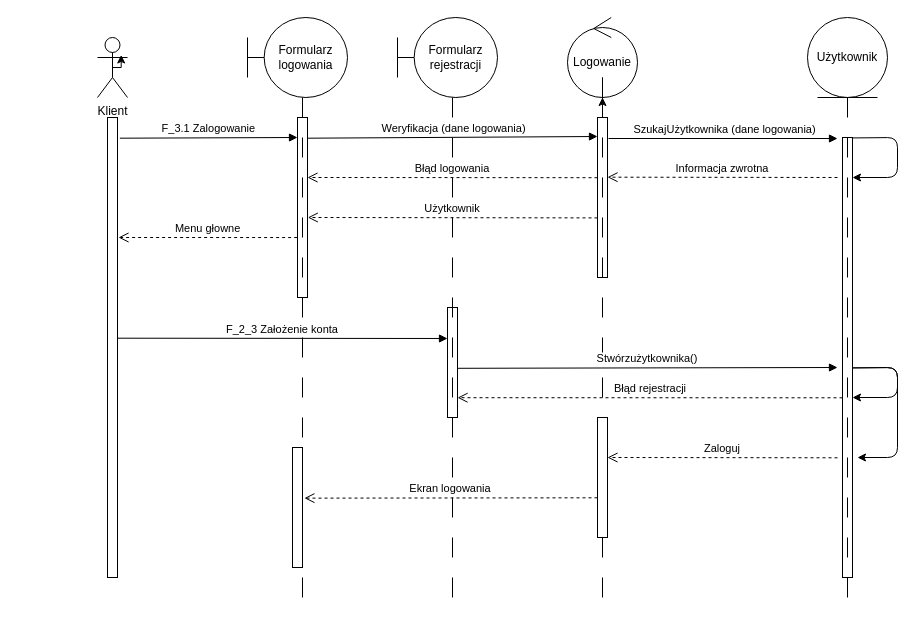
The draw.io diagram Diagramy/Logowanie-diagram-sekwencji.drawio in mrzewnicki/Pandronka, before the edit. Source tidied: cells renumbered, new cells numbered last; positions are measured from the earlier drawing's top-left corner, leaving out a move shared by most shapes. Both pictures are drawn from the tidied source at 100%, with x=0, y=0 at pixel (97, 17).
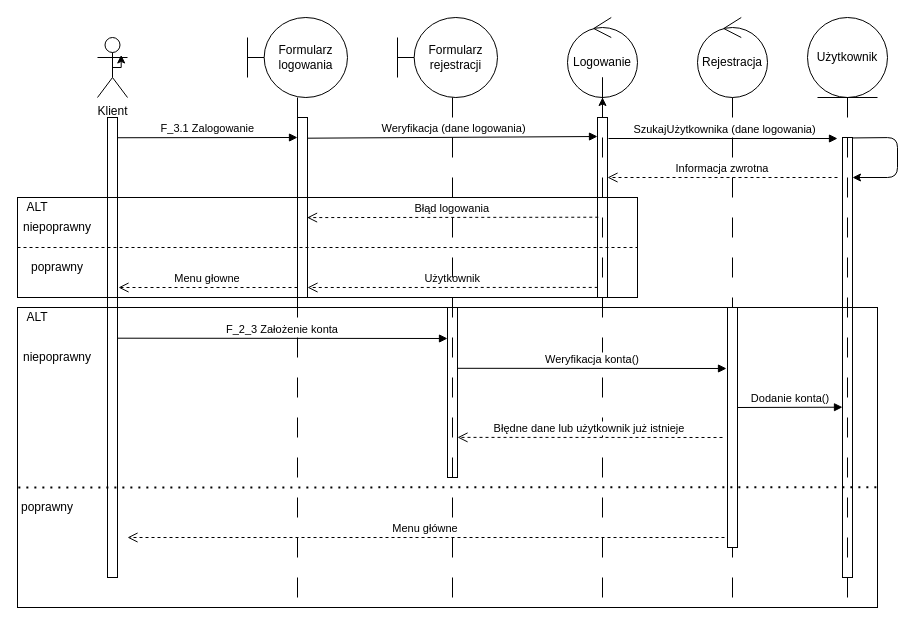
The same page after the edit.

Commit message (it also covers changes not shown here):
Zmiana diagramu logowania

The change refers to these unchanged cells:
```xml
<mxCell id="5" style="points=[];perimeter=orthogonalPerimeter;rounded=0;shadow=0;strokeWidth=1;" parent="1" vertex="1">
  <mxGeometry x="10" y="100" width="10" height="460" as="geometry" />
</mxCell>
<mxCell id="6" style="points=[];perimeter=orthogonalPerimeter;rounded=0;shadow=0;strokeWidth=1;labelBackgroundColor=#66B2FF;" parent="1" vertex="1">
  <mxGeometry x="200" y="100" width="10" height="180" as="geometry" />
</mxCell>
```

The edit, as a diff of the source:
```diff
@@
-    <mxCell id="2" value="Informacja zwrotna" style="verticalAlign=bottom;endArrow=open;dashed=1;endSize=8;exitX=0;exitY=0.95;shadow=0;strokeWidth=1;entryX=1.002;entryY=0.373;entryDx=0;entryDy=0;entryPerimeter=0;" parent="1" edge="1" target="11">
+    <mxCell id="2" value="Informacja zwrotna" style="verticalAlign=bottom;endArrow=open;dashed=1;endSize=8;exitX=0;exitY=0.95;shadow=0;strokeWidth=1;" parent="1" edge="1">
       <mxGeometry relative="1" as="geometry">
         <mxPoint x="740" y="160" as="sourcePoint" />
+        <mxPoint x="510" y="160" as="targetPoint" />
       </mxGeometry>
     </mxCell>
-    <mxCell id="3" value="F_3.1 Zalogowanie" style="verticalAlign=bottom;endArrow=block;shadow=0;strokeWidth=1;exitX=1.237;exitY=0.045;exitDx=0;exitDy=0;exitPerimeter=0;" parent="1" edge="1" source="5">
+    <mxCell id="3" value="F_3.1 Zalogowanie" style="verticalAlign=bottom;endArrow=block;shadow=0;strokeWidth=1;exitX=1.04;exitY=0.044;exitDx=0;exitDy=0;exitPerimeter=0;" parent="1" edge="1" source="5">
       <mxGeometry relative="1" as="geometry">
         <mxPoint x="200" y="120" as="targetPoint" />
       </mxGeometry>
     </mxCell>
@@
     <mxCell id="11" style="points=[];perimeter=orthogonalPerimeter;rounded=0;shadow=0;strokeWidth=1;" parent="1" vertex="1">
-      <mxGeometry x="500" y="100" width="10" height="160" as="geometry" />
+      <mxGeometry x="500" y="100" width="10" height="180" as="geometry" />
     </mxCell>
@@
-    <mxCell id="16" value="Błąd logowania" style="verticalAlign=bottom;endArrow=open;dashed=1;endSize=8;exitX=0;exitY=0.95;shadow=0;strokeWidth=1;" parent="1" edge="1">
-      <mxGeometry relative="1" as="geometry">
-        <mxPoint x="500" y="160.2" as="sourcePoint" />
-        <mxPoint x="210" y="160" as="targetPoint" />
-      </mxGeometry>
+    <mxCell id="16" value="Błąd logowania" style="verticalAlign=bottom;endArrow=open;dashed=1;endSize=8;shadow=0;strokeWidth=1;entryX=0.955;entryY=0.556;entryDx=0;entryDy=0;entryPerimeter=0;exitX=0.078;exitY=0.554;exitDx=0;exitDy=0;exitPerimeter=0;" parent="1" edge="1" source="11" target="6">
+      <mxGeometry relative="1" as="geometry" />
     </mxCell>
-    <mxCell id="17" value="Menu głowne" style="verticalAlign=bottom;endArrow=open;dashed=1;endSize=8;shadow=0;strokeWidth=1;exitX=-0.039;exitY=0.667;exitDx=0;exitDy=0;exitPerimeter=0;" parent="1" edge="1" source="6">
+    <mxCell id="17" value="Menu głowne" style="verticalAlign=bottom;endArrow=open;dashed=1;endSize=8;shadow=0;strokeWidth=1;" parent="1" edge="1">
       <mxGeometry relative="1" as="geometry">
-        <mxPoint x="21" y="220" as="targetPoint" />
+        <mxPoint x="200" y="270" as="sourcePoint" />
+        <mxPoint x="21" y="270" as="targetPoint" />
       </mxGeometry>
     </mxCell>
-    <mxCell id="18" value="Użytkownik" style="verticalAlign=bottom;endArrow=open;dashed=1;endSize=8;exitX=0;exitY=0.95;shadow=0;strokeWidth=1;entryX=1.032;entryY=0.13;entryDx=0;entryDy=0;entryPerimeter=0;" parent="1" edge="1">
+    <mxCell id="18" value="Użytkownik" style="verticalAlign=bottom;endArrow=open;dashed=1;endSize=8;shadow=0;strokeWidth=1;exitX=0.024;exitY=0.944;exitDx=0;exitDy=0;exitPerimeter=0;" parent="1" edge="1" source="11">
       <mxGeometry relative="1" as="geometry">
-        <mxPoint x="500" y="200.4" as="sourcePoint" />
-        <mxPoint x="210.3" y="200" as="targetPoint" />
+        <mxPoint x="210" y="270" as="targetPoint" />
       </mxGeometry>
     </mxCell>
@@
     <mxCell id="20" style="line;strokeWidth=1;direction=south;html=1;dashed=1;dashPattern=20 20;labelBackgroundColor=#ffffff;" parent="1" vertex="1">
-      <mxGeometry x="200" y="80" width="10" height="510" as="geometry" />
+      <mxGeometry x="195" y="80" width="10" height="510" as="geometry" />
     </mxCell>
@@
     <mxCell id="24" style="points=[];perimeter=orthogonalPerimeter;rounded=0;shadow=0;strokeWidth=1;" parent="1" vertex="1">
-      <mxGeometry x="350" y="290" width="10" height="110" as="geometry" />
+      <mxGeometry x="350" y="290" width="10" height="170" as="geometry" />
     </mxCell>
@@
-    <mxCell id="26" value="Stwórzużytkownika()" style="verticalAlign=bottom;endArrow=block;shadow=0;strokeWidth=1;exitX=1.237;exitY=0.045;exitDx=0;exitDy=0;exitPerimeter=0;" parent="1" edge="1">
+    <mxCell id="26" value="Weryfikacja konta()" style="verticalAlign=bottom;endArrow=block;shadow=0;strokeWidth=1;exitX=1.237;exitY=0.045;exitDx=0;exitDy=0;exitPerimeter=0;" parent="1" edge="1">
       <mxGeometry relative="1" as="geometry">
         <mxPoint x="360" y="350.8" as="sourcePoint" />
-        <mxPoint x="740" y="350" as="targetPoint" />
+        <mxPoint x="629" y="351" as="targetPoint" />
       </mxGeometry>
     </mxCell>
-    <mxCell id="27" style="perimeter=orthogonalPerimeter;rounded=0;shadow=0;strokeWidth=1;" parent="1" vertex="1">
-      <mxGeometry x="500" y="400" width="10" height="120" as="geometry" />
-    </mxCell>
-    <mxCell id="28" value="Zaloguj" style="verticalAlign=bottom;endArrow=open;dashed=1;endSize=8;exitX=0;exitY=0.95;shadow=0;strokeWidth=1;entryX=1.002;entryY=0.373;entryDx=0;entryDy=0;entryPerimeter=0;" parent="1" edge="1">
-      <mxGeometry relative="1" as="geometry">
-        <mxPoint x="740" y="440.3" as="sourcePoint" />
-        <mxPoint x="510" y="440" as="targetPoint" />
-      </mxGeometry>
-    </mxCell>
-    <mxCell id="29" value="Ekran logowania" style="verticalAlign=bottom;endArrow=open;dashed=1;endSize=8;exitX=0;exitY=0.95;shadow=0;strokeWidth=1;entryX=1.192;entryY=0.422;entryDx=0;entryDy=0;entryPerimeter=0;" parent="1" edge="1" target="30">
+    <mxCell id="29" value="Błędne dane lub użytkownik już istnieje" style="verticalAlign=bottom;endArrow=open;dashed=1;endSize=8;shadow=0;strokeWidth=1;entryX=1;entryY=0.764;entryDx=0;entryDy=0;entryPerimeter=0;" parent="1" edge="1" target="24">
       <mxGeometry relative="1" as="geometry">
-        <mxPoint x="500" y="480.3" as="sourcePoint" />
+        <mxPoint x="625" y="420" as="sourcePoint" />
       </mxGeometry>
     </mxCell>
-    <mxCell id="30" style="points=[];perimeter=orthogonalPerimeter;rounded=0;shadow=0;strokeWidth=1;" parent="1" vertex="1">
-      <mxGeometry x="195" y="430" width="10" height="120" as="geometry" />
-    </mxCell>
@@
-    <mxCell id="32" value="Błąd rejestracji" style="verticalAlign=bottom;endArrow=open;dashed=1;endSize=8;exitX=0;exitY=0.95;shadow=0;strokeWidth=1;entryX=1.003;entryY=0.82;entryDx=0;entryDy=0;entryPerimeter=0;" parent="1" edge="1" target="24">
-      <mxGeometry relative="1" as="geometry">
-        <mxPoint x="745" y="380.3" as="sourcePoint" />
-      </mxGeometry>
-    </mxCell>
-    <mxCell id="33" style="endArrow=classic;html=1;exitX=1.018;exitY=0.001;exitDx=0;exitDy=0;exitPerimeter=0;" parent="1" edge="1">
-      <mxGeometry relative="1" as="geometry">
-        <mxPoint x="755.2" y="350.4" as="sourcePoint" />
-        <mxPoint x="755" y="380" as="targetPoint" />
-        <Array as="points">
-          <mxPoint x="800" y="350" />
-          <mxPoint x="800" y="380" />
-        </Array>
-      </mxGeometry>
-    </mxCell>
-    <mxCell id="34" style="endArrow=classic;html=1;exitX=1.018;exitY=0.001;exitDx=0;exitDy=0;exitPerimeter=0;" parent="1" edge="1">
-      <mxGeometry relative="1" as="geometry">
-        <mxPoint x="755.2" y="350.4" as="sourcePoint" />
-        <mxPoint x="760" y="440" as="targetPoint" />
-        <Array as="points">
-          <mxPoint x="800" y="350" />
-          <mxPoint x="800" y="440" />
-        </Array>
-      </mxGeometry>
-    </mxCell>
+    <mxCell id="35" style="rounded=0;whiteSpace=wrap;html=1;fillColor=none;" parent="1" vertex="1">
+      <mxGeometry x="-80" y="180" width="620" height="100" as="geometry" />
+    </mxCell>
+    <mxCell id="36" value="ALT" style="text;html=1;strokeColor=none;fillColor=none;align=center;verticalAlign=middle;whiteSpace=wrap;rounded=0;" parent="1" vertex="1">
+      <mxGeometry x="-80" y="180" width="40" height="20" as="geometry" />
+    </mxCell>
+    <mxCell id="37" style="endArrow=none;dashed=1;html=1;exitX=0;exitY=0.5;exitDx=0;exitDy=0;entryX=1;entryY=0.5;entryDx=0;entryDy=0;" parent="1" edge="1" source="35" target="35">
+      <mxGeometry relative="1" as="geometry" />
+    </mxCell>
+    <mxCell id="38" value="niepoprawny" style="text;html=1;strokeColor=none;fillColor=none;align=center;verticalAlign=middle;whiteSpace=wrap;rounded=0;" parent="1" vertex="1">
+      <mxGeometry x="-70" y="200" width="60" height="20" as="geometry" />
+    </mxCell>
+    <mxCell id="39" value="poprawny" style="text;html=1;strokeColor=none;fillColor=none;align=center;verticalAlign=middle;whiteSpace=wrap;rounded=0;" parent="1" vertex="1">
+      <mxGeometry x="-70" y="240" width="60" height="20" as="geometry" />
+    </mxCell>
+    <mxCell id="40" value="Rejestracja" style="ellipse;shape=umlControl;whiteSpace=wrap;html=1;" parent="1" vertex="1">
+      <mxGeometry x="600" width="70" height="80" as="geometry" />
+    </mxCell>
+    <mxCell id="41" style="line;strokeWidth=1;direction=south;html=1;dashed=1;dashPattern=20 20;labelBackgroundColor=#ffffff;" parent="1" vertex="1">
+      <mxGeometry x="630" y="80" width="10" height="500" as="geometry" />
+    </mxCell>
+    <mxCell id="42" style="perimeter=orthogonalPerimeter;rounded=0;shadow=0;strokeWidth=1;" parent="1" vertex="1">
+      <mxGeometry x="630" y="290" width="10" height="240" as="geometry" />
+    </mxCell>
+    <mxCell id="43" value="Dodanie konta()" style="verticalAlign=bottom;endArrow=block;shadow=0;strokeWidth=1;" parent="1" edge="1">
+      <mxGeometry relative="1" as="geometry">
+        <mxPoint x="640" y="390" as="sourcePoint" />
+        <mxPoint x="745" y="389.7" as="targetPoint" />
+      </mxGeometry>
+    </mxCell>
+    <mxCell id="44" value="Menu główne" style="verticalAlign=bottom;endArrow=open;dashed=1;endSize=8;shadow=0;strokeWidth=1;" parent="1" edge="1">
+      <mxGeometry relative="1" as="geometry">
+        <mxPoint x="627" y="520" as="sourcePoint" />
+        <mxPoint x="30" y="520" as="targetPoint" />
+      </mxGeometry>
+    </mxCell>
+    <mxCell id="45" style="rounded=0;whiteSpace=wrap;html=1;fillColor=none;" parent="1" vertex="1">
+      <mxGeometry x="-80" y="290" width="860" height="300" as="geometry" />
+    </mxCell>
+    <mxCell id="46" value="ALT" style="text;html=1;strokeColor=none;fillColor=none;align=center;verticalAlign=middle;whiteSpace=wrap;rounded=0;" parent="1" vertex="1">
+      <mxGeometry x="-80" y="290" width="40" height="20" as="geometry" />
+    </mxCell>
+    <mxCell id="47" value="niepoprawny" style="text;html=1;strokeColor=none;fillColor=none;align=center;verticalAlign=middle;whiteSpace=wrap;rounded=0;" parent="1" vertex="1">
+      <mxGeometry x="-70" y="330" width="60" height="20" as="geometry" />
+    </mxCell>
+    <mxCell id="48" value="poprawny" style="text;html=1;strokeColor=none;fillColor=none;align=center;verticalAlign=middle;whiteSpace=wrap;rounded=0;" parent="1" vertex="1">
+      <mxGeometry x="-80" y="480" width="60" height="20" as="geometry" />
+    </mxCell>
+    <mxCell id="49" style="endArrow=none;dashed=1;html=1;dashPattern=1 3;strokeWidth=2;exitX=0.001;exitY=0.6;exitDx=0;exitDy=0;exitPerimeter=0;entryX=1.001;entryY=0.599;entryDx=0;entryDy=0;entryPerimeter=0;" parent="1" edge="1" source="45" target="45">
+      <mxGeometry relative="1" as="geometry" />
+    </mxCell>
```
